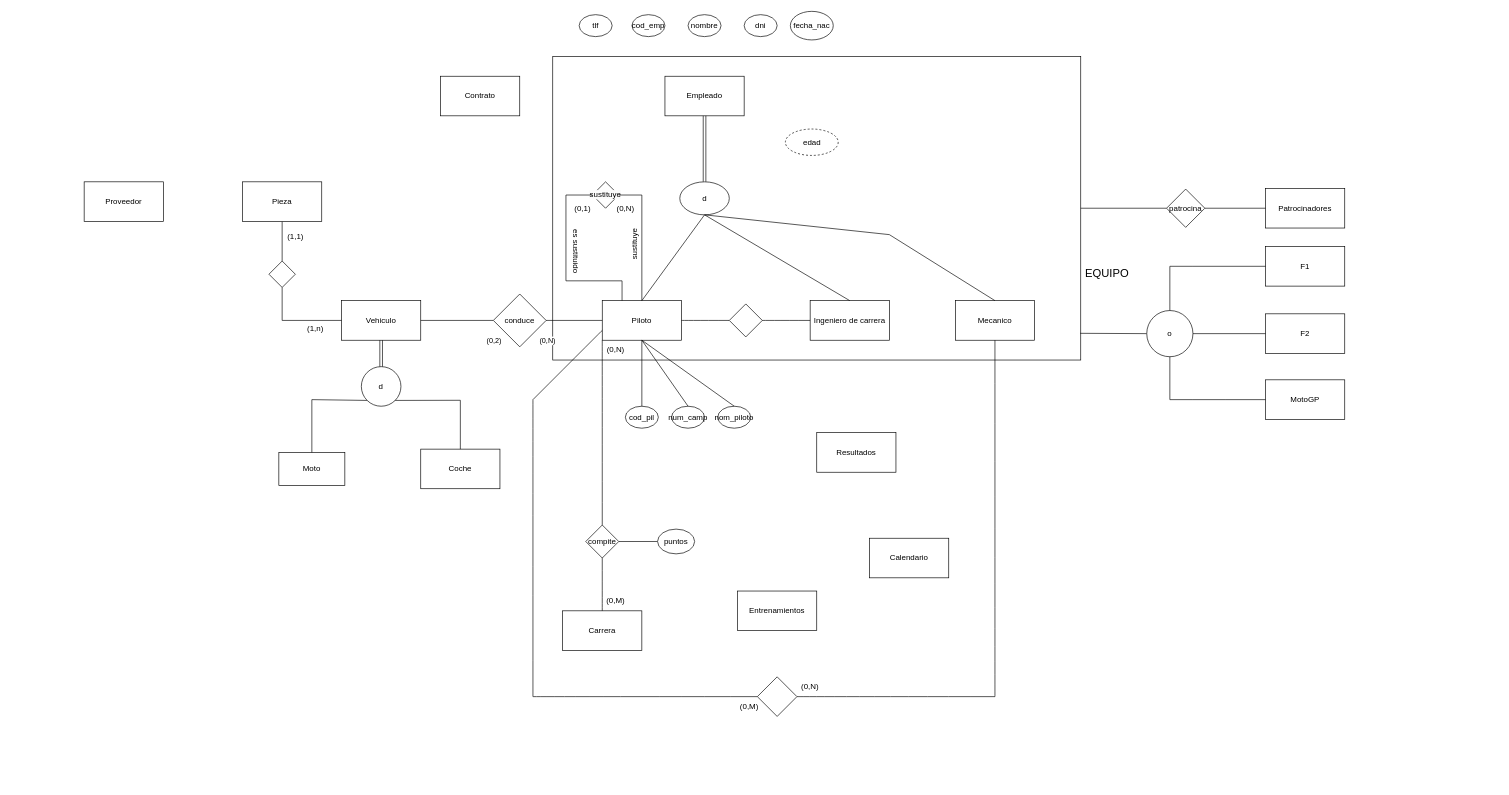
Earlier version of the draw.io diagram Diagrama sin título.drawio (INKO3/BBDD_Escuderia). Source tidied: cells renumbered, new cells numbered last; positions are measured from the earlier drawing's top-left corner, leaving out a move shared by most shapes. Both pictures are drawn from the tidied source at 66%, with x=0, y=0 at pixel (84, 11).
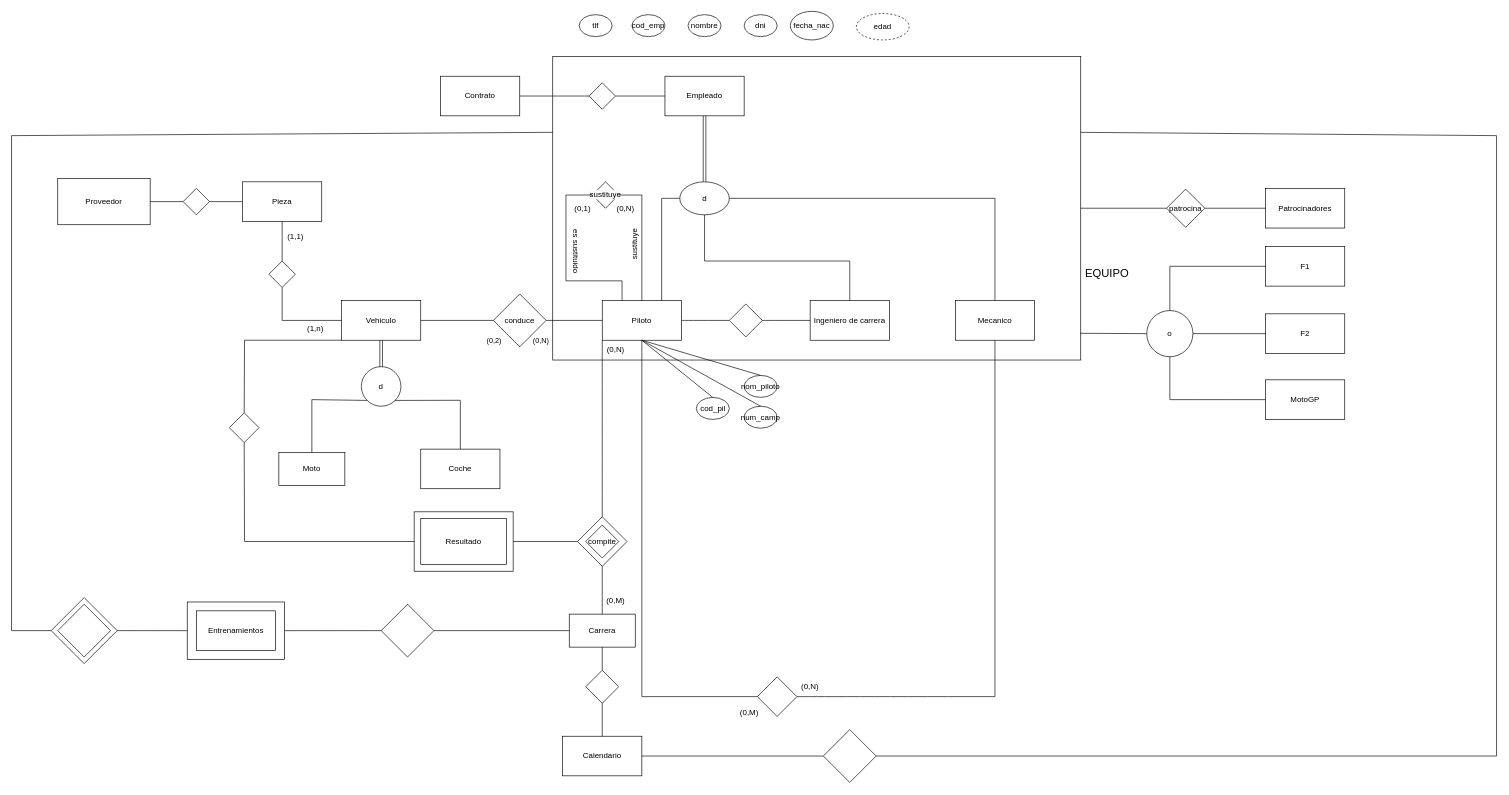
The same page after the edit.

Unchanged cells that the change refers to:
```xml
<mxCell id="2" style="rounded=0;whiteSpace=wrap;html=1;fillColor=none;" parent="1" vertex="1">
  <mxGeometry x="710" y="68" width="800" height="460" as="geometry" />
</mxCell>
<mxCell id="3" value="Empleado" style="rounded=0;whiteSpace=wrap;html=1;" parent="1" vertex="1">
  <mxGeometry x="880" y="98" width="120" height="60" as="geometry" />
</mxCell>
<mxCell id="11" value="d" style="ellipse;whiteSpace=wrap;html=1;" parent="1" vertex="1">
  <mxGeometry x="902.5" y="258" width="75" height="50" as="geometry" />
</mxCell>
<mxCell id="12" value="Piloto" style="rounded=0;whiteSpace=wrap;html=1;" parent="1" vertex="1">
  <mxGeometry x="785" y="438" width="120" height="60" as="geometry" />
</mxCell>
<mxCell id="13" value="Vehiculo" style="rounded=0;whiteSpace=wrap;html=1;" parent="1" vertex="1">
  <mxGeometry x="390" y="438" width="120" height="60" as="geometry" />
</mxCell>
<mxCell id="17" style="endArrow=none;html=1;rounded=0;entryX=0;entryY=0.5;entryDx=0;entryDy=0;exitX=1;exitY=0.5;exitDx=0;exitDy=0;" parent="1" edge="1" source="16" target="12">
  <mxGeometry relative="1" as="geometry" />
</mxCell>
<mxCell id="32" value="Pieza" style="rounded=0;whiteSpace=wrap;html=1;" parent="1" vertex="1">
  <mxGeometry x="240" y="258" width="120" height="60" as="geometry" />
</mxCell>
<mxCell id="37" value="compite" style="rhombus;whiteSpace=wrap;html=1;" parent="1" vertex="1">
  <mxGeometry x="760" y="778" width="50" height="50" as="geometry" />
</mxCell>
<mxCell id="41" value="Ingeniero de carrera" style="rounded=0;whiteSpace=wrap;html=1;" parent="1" vertex="1">
  <mxGeometry x="1100" y="438" width="120" height="60" as="geometry" />
</mxCell>
<mxCell id="45" value="Mecanico" style="rounded=0;whiteSpace=wrap;html=1;" parent="1" vertex="1">
  <mxGeometry x="1320" y="438" width="120" height="60" as="geometry" />
</mxCell>
<mxCell id="51" style="rhombus;whiteSpace=wrap;html=1;" parent="1" vertex="1">
  <mxGeometry x="1020" y="1008" width="60" height="60" as="geometry" />
</mxCell>
<mxCell id="67" value="Contrato" style="rounded=0;whiteSpace=wrap;html=1;" parent="1" vertex="1">
  <mxGeometry x="540" y="98" width="120" height="60" as="geometry" />
</mxCell>
```

Change to the diagram source:
```diff
@@
     <mxCell id="9" value="edad" style="ellipse;whiteSpace=wrap;html=1;dashed=1;" parent="1" vertex="1">
-      <mxGeometry x="1062.5" y="178" width="80" height="40" as="geometry" />
+      <mxGeometry x="1170" y="3" width="80" height="40" as="geometry" />
     </mxCell>
@@
     <mxCell id="18" value="(0,N)" style="edgeLabel;html=1;align=center;verticalAlign=middle;" parent="17" vertex="1">
       <mxGeometry y="-6" relative="1" as="geometry">
-        <mxPoint x="-42" y="24" as="offset" />
+        <mxPoint x="-52" y="24" as="offset" />
       </mxGeometry>
     </mxCell>
@@
     <mxCell id="23" value="cod_pil" style="ellipse;whiteSpace=wrap;html=1;" parent="1" vertex="1">
-      <mxGeometry x="820" y="598" width="50" height="33.3" as="geometry" />
+      <mxGeometry x="927.5" y="584.7" width="50" height="33.3" as="geometry" />
     </mxCell>
     <mxCell id="24" value="nom_piloto" style="ellipse;whiteSpace=wrap;html=1;" parent="1" vertex="1">
-      <mxGeometry x="960" y="598" width="50" height="33.3" as="geometry" />
+      <mxGeometry x="1000" y="551.3" width="50" height="33.3" as="geometry" />
     </mxCell>
     <mxCell id="25" value="num_camp" style="ellipse;whiteSpace=wrap;html=1;" parent="1" vertex="1">
-      <mxGeometry x="890" y="598" width="50" height="33.3" as="geometry" />
+      <mxGeometry x="1000" y="598" width="50" height="33.3" as="geometry" />
     </mxCell>
@@
     <mxCell id="35" value="Carrera" style="rounded=0;whiteSpace=wrap;html=1;" parent="1" vertex="1">
-      <mxGeometry x="725" y="908" width="120" height="60" as="geometry" />
+      <mxGeometry x="735" y="913" width="100" height="50" as="geometry" />
     </mxCell>
-    <mxCell id="36" style="endArrow=none;html=1;rounded=0;fontSize=12;startSize=8;endSize=8;curved=1;entryX=0.5;entryY=1;entryDx=0;entryDy=0;exitX=0.5;exitY=0;exitDx=0;exitDy=0;" parent="1" edge="1" source="35" target="37">
+    <mxCell id="36" style="endArrow=none;html=1;rounded=0;fontSize=12;startSize=8;endSize=8;curved=1;entryX=0.5;entryY=1;entryDx=0;entryDy=0;exitX=0.5;exitY=0;exitDx=0;exitDy=0;" parent="1" edge="1" source="35" target="103">
       <mxGeometry relative="1" as="geometry" />
     </mxCell>
@@
-    <mxCell id="38" style="endArrow=none;html=1;rounded=0;fontSize=12;startSize=8;endSize=8;curved=1;exitX=0;exitY=1;exitDx=0;exitDy=0;entryX=0.5;entryY=0;entryDx=0;entryDy=0;" parent="1" edge="1" source="12" target="37">
+    <mxCell id="38" style="endArrow=none;html=1;rounded=0;fontSize=12;startSize=8;endSize=8;curved=1;exitX=0;exitY=1;exitDx=0;exitDy=0;entryX=0.5;entryY=0;entryDx=0;entryDy=0;" parent="1" edge="1" source="12" target="103">
       <mxGeometry relative="1" as="geometry" />
     </mxCell>
@@
-    <mxCell id="46" style="endArrow=none;html=1;rounded=0;fontSize=12;startSize=8;endSize=8;curved=1;exitX=0;exitY=0.75;exitDx=0;exitDy=0;" parent="1" edge="1" source="12">
-      <mxGeometry relative="1" as="geometry">
-        <mxPoint x="680" y="588" as="targetPoint" />
-      </mxGeometry>
-    </mxCell>
-    <mxCell id="47" style="endArrow=none;html=1;rounded=0;fontSize=12;startSize=8;endSize=8;curved=1;" parent="1" edge="1">
+    <mxCell id="47" style="endArrow=none;html=1;rounded=0;fontSize=12;startSize=8;endSize=8;curved=0;exitX=0.5;exitY=1;exitDx=0;exitDy=0;entryX=0;entryY=0.5;entryDx=0;entryDy=0;" parent="1" edge="1" source="12" target="51">
       <mxGeometry relative="1" as="geometry">
-        <mxPoint x="680" y="588" as="sourcePoint" />
-        <mxPoint x="680" y="1038" as="targetPoint" />
+        <Array as="points">
+          <mxPoint x="845" y="1038" />
+        </Array>
       </mxGeometry>
     </mxCell>
@@
-    <mxCell id="50" style="endArrow=none;html=1;rounded=0;fontSize=12;startSize=8;endSize=8;curved=1;" parent="1" edge="1" target="51">
-      <mxGeometry relative="1" as="geometry">
-        <mxPoint x="680" y="1038" as="sourcePoint" />
-      </mxGeometry>
-    </mxCell>
@@
-    <mxCell id="52" style="endArrow=none;html=1;rounded=0;entryX=0.5;entryY=1;entryDx=0;entryDy=0;exitX=0.5;exitY=0;exitDx=0;exitDy=0;" parent="1" edge="1" source="12" target="11">
-      <mxGeometry relative="1" as="geometry" />
+    <mxCell id="52" style="endArrow=none;html=1;rounded=0;entryX=0;entryY=0.5;entryDx=0;entryDy=0;exitX=0.75;exitY=0;exitDx=0;exitDy=0;" parent="1" edge="1" source="12" target="11">
+      <mxGeometry relative="1" as="geometry">
+        <Array as="points">
+          <mxPoint x="875" y="283" />
+        </Array>
+      </mxGeometry>
     </mxCell>
     <mxCell id="53" style="endArrow=none;html=1;rounded=0;entryX=0.5;entryY=1;entryDx=0;entryDy=0;exitX=0.5;exitY=0;exitDx=0;exitDy=0;" parent="1" edge="1" source="41" target="11">
-      <mxGeometry relative="1" as="geometry" />
+      <mxGeometry relative="1" as="geometry">
+        <Array as="points">
+          <mxPoint x="1160" y="378" />
+          <mxPoint x="940" y="378" />
+        </Array>
+      </mxGeometry>
     </mxCell>
-    <mxCell id="54" style="endArrow=none;html=1;rounded=0;entryX=0.5;entryY=1;entryDx=0;entryDy=0;exitX=0.5;exitY=0;exitDx=0;exitDy=0;" parent="1" edge="1" source="45" target="11">
+    <mxCell id="54" style="endArrow=none;html=1;rounded=0;entryX=1;entryY=0.5;entryDx=0;entryDy=0;exitX=0.5;exitY=0;exitDx=0;exitDy=0;" parent="1" edge="1" source="45" target="11">
       <mxGeometry relative="1" as="geometry">
         <Array as="points">
-          <mxPoint x="1220" y="338" />
+          <mxPoint x="1380" y="283" />
         </Array>
       </mxGeometry>
     </mxCell>
@@
-    <mxCell id="60" style="endArrow=none;html=1;rounded=0;exitX=1;exitY=0.5;exitDx=0;exitDy=0;" parent="1" edge="1" source="37" target="61">
-      <mxGeometry relative="1" as="geometry" />
-    </mxCell>
-    <mxCell id="61" value="puntos" style="ellipse;whiteSpace=wrap;html=1;" parent="1" vertex="1">
-      <mxGeometry x="868.8" y="784.2" width="56.2" height="37.5" as="geometry" />
-    </mxCell>
     <mxCell id="62" value="(0,M)" style="text;html=1;align=center;verticalAlign=middle;whiteSpace=wrap;rounded=0;" parent="1" vertex="1">
-      <mxGeometry x="977.5" y="1038" width="60" height="30" as="geometry" />
+      <mxGeometry x="977.5" y="1048" width="60" height="30" as="geometry" />
     </mxCell>
@@
     <mxCell id="64" value="Proveedor" style="rounded=0;whiteSpace=wrap;html=1;" parent="1" vertex="1">
-      <mxGeometry y="258" width="120" height="60" as="geometry" />
+      <mxGeometry x="-40" y="253" width="140" height="70" as="geometry" />
     </mxCell>
@@
     <mxCell id="66" value="Entrenamientos" style="rounded=0;whiteSpace=wrap;html=1;" parent="1" vertex="1">
-      <mxGeometry x="990" y="878" width="120" height="60" as="geometry" />
+      <mxGeometry x="170" y="908" width="120" height="60" as="geometry" />
     </mxCell>
@@
-    <mxCell id="68" value="Resultados" style="rounded=0;whiteSpace=wrap;html=1;" parent="1" vertex="1">
-      <mxGeometry x="1110" y="638" width="120" height="60" as="geometry" />
-    </mxCell>
     <mxCell id="69" value="Calendario" style="rounded=0;whiteSpace=wrap;html=1;" parent="1" vertex="1">
-      <mxGeometry x="1190" y="798" width="120" height="60" as="geometry" />
+      <mxGeometry x="725" y="1098" width="120" height="60" as="geometry" />
     </mxCell>
@@
+    <mxCell id="87" style="rhombus;whiteSpace=wrap;html=1;" parent="1" vertex="1">
+      <mxGeometry x="150" y="268" width="40" height="40" as="geometry" />
+    </mxCell>
+    <mxCell id="88" style="endArrow=none;html=1;rounded=0;exitX=1;exitY=0.5;exitDx=0;exitDy=0;entryX=0;entryY=0.5;entryDx=0;entryDy=0;" parent="1" edge="1" source="64" target="87">
+      <mxGeometry relative="1" as="geometry" />
+    </mxCell>
+    <mxCell id="89" style="endArrow=none;html=1;rounded=0;exitX=1;exitY=0.5;exitDx=0;exitDy=0;entryX=0;entryY=0.5;entryDx=0;entryDy=0;" parent="1" edge="1" source="87" target="32">
+      <mxGeometry relative="1" as="geometry" />
+    </mxCell>
+    <mxCell id="90" style="endArrow=none;html=1;rounded=0;exitX=0;exitY=0.5;exitDx=0;exitDy=0;" parent="1" edge="1" source="3" target="91">
+      <mxGeometry relative="1" as="geometry" />
+    </mxCell>
+    <mxCell id="91" style="rhombus;whiteSpace=wrap;html=1;" parent="1" vertex="1">
+      <mxGeometry x="765" y="108" width="40" height="40" as="geometry" />
+    </mxCell>
+    <mxCell id="92" style="endArrow=none;html=1;rounded=0;entryX=0;entryY=0.5;entryDx=0;entryDy=0;exitX=1;exitY=0.5;exitDx=0;exitDy=0;" parent="1" edge="1" source="67" target="91">
+      <mxGeometry relative="1" as="geometry" />
+    </mxCell>
+    <mxCell id="93" style="rounded=0;whiteSpace=wrap;html=1;" parent="1" vertex="1">
+      <mxGeometry x="500" y="758" width="150" height="90" as="geometry" />
+    </mxCell>
+    <mxCell id="94" value="Resultado" style="rounded=0;whiteSpace=wrap;html=1;fillColor=none;" parent="1" vertex="1">
+      <mxGeometry x="510" y="768" width="130" height="70" as="geometry" />
+    </mxCell>
+    <mxCell id="95" style="endArrow=none;html=1;rounded=0;entryX=0;entryY=1;entryDx=0;entryDy=0;exitX=0.5;exitY=0;exitDx=0;exitDy=0;" parent="1" edge="1" source="104" target="13">
+      <mxGeometry relative="1" as="geometry">
+        <Array as="points">
+          <mxPoint x="243" y="498" />
+        </Array>
+      </mxGeometry>
+    </mxCell>
+    <mxCell id="96" style="endArrow=none;html=1;rounded=0;exitX=1;exitY=0.5;exitDx=0;exitDy=0;entryX=0;entryY=0.5;entryDx=0;entryDy=0;" parent="1" edge="1" source="93" target="103">
+      <mxGeometry relative="1" as="geometry" />
+    </mxCell>
+    <mxCell id="97" style="endArrow=none;html=1;rounded=0;exitX=0;exitY=0.25;exitDx=0;exitDy=0;entryX=0;entryY=0.5;entryDx=0;entryDy=0;" parent="1" edge="1" source="2" target="107">
+      <mxGeometry relative="1" as="geometry">
+        <Array as="points">
+          <mxPoint x="-110" y="188" />
+          <mxPoint x="-110" y="938" />
+        </Array>
+      </mxGeometry>
+    </mxCell>
+    <mxCell id="98" style="rhombus;whiteSpace=wrap;html=1;" parent="1" vertex="1">
+      <mxGeometry x="-40" y="898" width="80" height="80" as="geometry" />
+    </mxCell>
+    <mxCell id="99" style="endArrow=none;html=1;rounded=0;exitX=1;exitY=0.5;exitDx=0;exitDy=0;entryX=0;entryY=0.5;entryDx=0;entryDy=0;" parent="1" edge="1" source="107" target="106">
+      <mxGeometry relative="1" as="geometry" />
+    </mxCell>
+    <mxCell id="100" style="endArrow=none;html=1;rounded=0;exitX=1;exitY=0.5;exitDx=0;exitDy=0;" parent="1" edge="1" source="106" target="101">
+      <mxGeometry relative="1" as="geometry" />
+    </mxCell>
+    <mxCell id="101" style="rhombus;whiteSpace=wrap;html=1;" parent="1" vertex="1">
+      <mxGeometry x="450" y="898" width="80" height="80" as="geometry" />
+    </mxCell>
+    <mxCell id="102" style="endArrow=none;html=1;rounded=0;exitX=1;exitY=0.5;exitDx=0;exitDy=0;entryX=0;entryY=0.5;entryDx=0;entryDy=0;" parent="1" edge="1" source="101" target="35">
+      <mxGeometry relative="1" as="geometry" />
+    </mxCell>
+    <mxCell id="103" style="rhombus;whiteSpace=wrap;html=1;fillColor=none;" parent="1" vertex="1">
+      <mxGeometry x="747.5" y="765.5" width="75" height="75" as="geometry" />
+    </mxCell>
+    <mxCell id="104" style="rhombus;whiteSpace=wrap;html=1;" parent="1" vertex="1">
+      <mxGeometry x="220" y="608" width="45" height="45" as="geometry" />
+    </mxCell>
+    <mxCell id="105" style="endArrow=none;html=1;rounded=0;exitX=0.5;exitY=1;exitDx=0;exitDy=0;entryX=0;entryY=0.5;entryDx=0;entryDy=0;" parent="1" edge="1" source="104" target="93">
+      <mxGeometry relative="1" as="geometry">
+        <Array as="points">
+          <mxPoint x="243" y="803" />
+        </Array>
+      </mxGeometry>
+    </mxCell>
+    <mxCell id="106" style="rounded=0;whiteSpace=wrap;html=1;fillColor=none;" parent="1" vertex="1">
+      <mxGeometry x="156.2" y="894.6" width="147.5" height="86.9" as="geometry" />
+    </mxCell>
+    <mxCell id="107" style="rhombus;whiteSpace=wrap;html=1;fillColor=none;" parent="1" vertex="1">
+      <mxGeometry x="-50" y="888" width="100" height="100" as="geometry" />
+    </mxCell>
+    <mxCell id="108" style="rhombus;whiteSpace=wrap;html=1;" parent="1" vertex="1">
+      <mxGeometry x="760" y="998" width="50" height="50" as="geometry" />
+    </mxCell>
+    <mxCell id="109" style="rhombus;whiteSpace=wrap;html=1;" parent="1" vertex="1">
+      <mxGeometry x="1120" y="1088" width="80" height="80" as="geometry" />
+    </mxCell>
+    <mxCell id="110" style="endArrow=none;html=1;rounded=0;entryX=0.5;entryY=0;entryDx=0;entryDy=0;exitX=0.5;exitY=1;exitDx=0;exitDy=0;" parent="1" edge="1" source="35" target="108">
+      <mxGeometry relative="1" as="geometry" />
+    </mxCell>
+    <mxCell id="111" style="endArrow=none;html=1;rounded=0;exitX=0.5;exitY=1;exitDx=0;exitDy=0;entryX=0.5;entryY=0;entryDx=0;entryDy=0;" parent="1" edge="1" source="108" target="69">
+      <mxGeometry relative="1" as="geometry" />
+    </mxCell>
+    <mxCell id="112" style="endArrow=none;html=1;rounded=0;exitX=1;exitY=0.5;exitDx=0;exitDy=0;entryX=0;entryY=0.5;entryDx=0;entryDy=0;" parent="1" edge="1" source="69" target="109">
+      <mxGeometry relative="1" as="geometry" />
+    </mxCell>
+    <mxCell id="113" style="endArrow=none;html=1;rounded=0;exitX=1;exitY=0.5;exitDx=0;exitDy=0;entryX=1;entryY=0.25;entryDx=0;entryDy=0;" parent="1" edge="1" source="109" target="2">
+      <mxGeometry relative="1" as="geometry">
+        <Array as="points">
+          <mxPoint x="1510" y="1128" />
+          <mxPoint x="2140" y="1128" />
+          <mxPoint x="2140" y="188" />
+        </Array>
+      </mxGeometry>
+    </mxCell>
```
